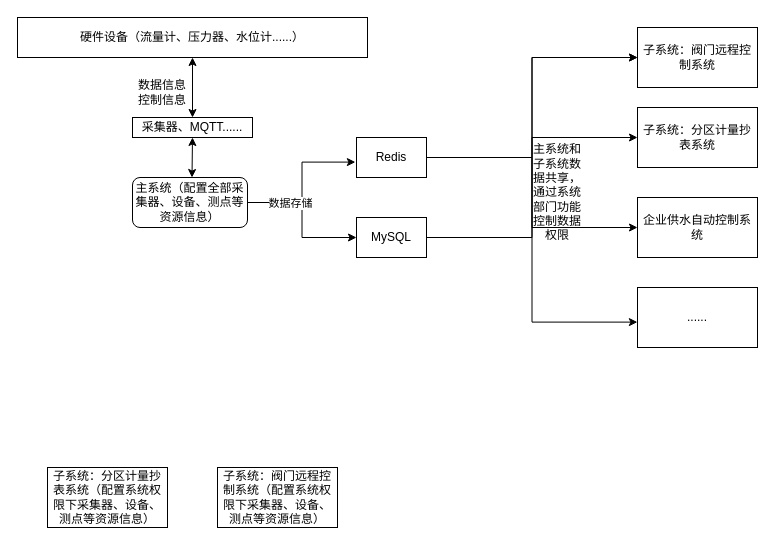
Earlier version of the draw.io diagram 未命名绘图.drawio (zhang3012/Hello-World). Source tidied: cells renumbered, new cells numbered last; positions are measured from the earlier drawing's top-left corner, leaving out a move shared by most shapes. Both pictures are drawn from the tidied source at 100%, with x=0, y=0 at pixel (17, 17).
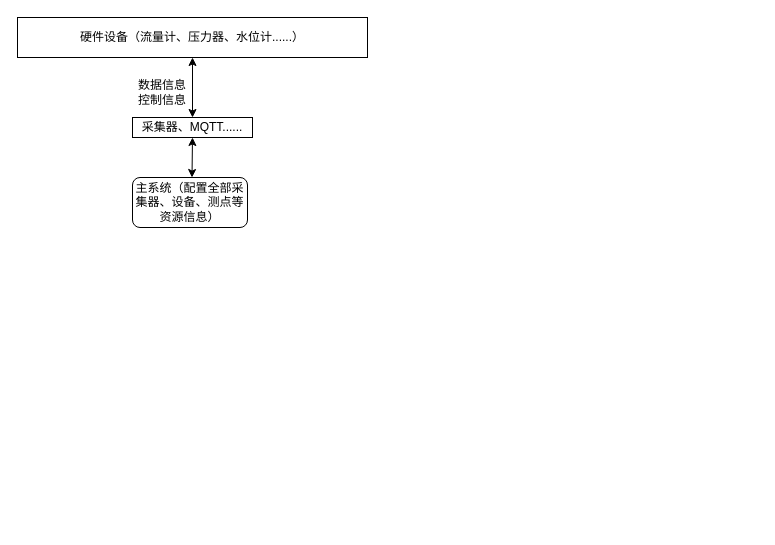
Above is the later version.

Commit message:
更新未命名绘图.drawio

The change refers to these unchanged cells:
```xml
<mxCell id="5" value="主系统（配置全部采集器、设备、测点等资源信息）" style="rounded=1;whiteSpace=wrap;html=1;fontSize=12;glass=0;strokeWidth=1;shadow=0;" parent="1" vertex="1">
  <mxGeometry x="115" y="160" width="115" height="50" as="geometry" />
</mxCell>
```

Diff of the diagram source:
```diff
@@
-    <mxCell id="2" style="edgeStyle=orthogonalEdgeStyle;rounded=0;jettySize=auto;html=1;entryX=-0.016;entryY=0.615;entryDx=0;entryDy=0;entryPerimeter=0;" parent="1" edge="1" source="5" target="18">
-      <mxGeometry relative="1" as="geometry" />
-    </mxCell>
-    <mxCell id="3" style="edgeStyle=orthogonalEdgeStyle;rounded=0;jettySize=auto;html=1;entryX=0;entryY=0.5;entryDx=0;entryDy=0;" parent="1" edge="1" source="5" target="20">
-      <mxGeometry relative="1" as="geometry" />
-    </mxCell>
-    <mxCell id="4" value="数据存储" style="edgeLabel;html=1;align=center;verticalAlign=middle;" parent="3" vertex="1">
-      <mxGeometry x="-0.42" relative="1" as="geometry" />
-    </mxCell>
@@
-    <mxCell id="6" value="子系统：阀门远程控制系统" style="rounded=0;whiteSpace=wrap;html=1;" parent="1" vertex="1">
-      <mxGeometry x="620" y="10" width="120" height="60" as="geometry" />
-    </mxCell>
-    <mxCell id="7" value="子系统：分区计量抄表系统" style="rounded=0;whiteSpace=wrap;html=1;" parent="1" vertex="1">
-      <mxGeometry x="620" y="90" width="120" height="60" as="geometry" />
-    </mxCell>
-    <mxCell id="8" value="企业供水自动控制系统" style="whiteSpace=wrap;html=1;rounded=0;" parent="1" vertex="1">
-      <mxGeometry x="620" y="180" width="120" height="60" as="geometry" />
-    </mxCell>
-    <mxCell id="9" value="......" style="whiteSpace=wrap;html=1;rounded=0;" parent="1" vertex="1">
-      <mxGeometry x="620" y="270" width="120" height="60" as="geometry" />
-    </mxCell>
@@
-    <mxCell id="14" style="edgeStyle=orthogonalEdgeStyle;rounded=0;jettySize=auto;html=1;entryX=0;entryY=0.5;entryDx=0;entryDy=0;" parent="1" edge="1" source="18" target="6">
-      <mxGeometry relative="1" as="geometry" />
+    <mxCell id="14" style="edgeStyle=orthogonalEdgeStyle;rounded=0;orthogonalLoop=1;jettySize=auto;html=1;entryX=0;entryY=0.5;entryDx=0;entryDy=0;" parent="1" edge="1">
+      <mxGeometry relative="1" as="geometry">
+        <mxPoint x="620" y="40" as="targetPoint" />
+      </mxGeometry>
     </mxCell>
-    <mxCell id="15" style="edgeStyle=orthogonalEdgeStyle;rounded=0;jettySize=auto;html=1;exitX=1;exitY=0.5;exitDx=0;exitDy=0;entryX=0;entryY=0.5;entryDx=0;entryDy=0;" parent="1" edge="1" source="18" target="7">
-      <mxGeometry relative="1" as="geometry" />
+    <mxCell id="15" style="edgeStyle=orthogonalEdgeStyle;rounded=0;orthogonalLoop=1;jettySize=auto;html=1;exitX=1;exitY=0.5;exitDx=0;exitDy=0;entryX=0;entryY=0.5;entryDx=0;entryDy=0;" parent="1" edge="1">
+      <mxGeometry relative="1" as="geometry">
+        <mxPoint x="620" y="120" as="targetPoint" />
+      </mxGeometry>
     </mxCell>
-    <mxCell id="16" style="edgeStyle=orthogonalEdgeStyle;rounded=0;jettySize=auto;html=1;exitX=1;exitY=0.5;exitDx=0;exitDy=0;entryX=0;entryY=0.5;entryDx=0;entryDy=0;" parent="1" edge="1" source="18" target="8">
-      <mxGeometry relative="1" as="geometry" />
+    <mxCell id="16" style="edgeStyle=orthogonalEdgeStyle;rounded=0;orthogonalLoop=1;jettySize=auto;html=1;exitX=1;exitY=0.5;exitDx=0;exitDy=0;entryX=0;entryY=0.5;entryDx=0;entryDy=0;" parent="1" edge="1">
+      <mxGeometry relative="1" as="geometry">
+        <mxPoint x="620" y="210" as="targetPoint" />
+      </mxGeometry>
     </mxCell>
-    <mxCell id="17" style="edgeStyle=orthogonalEdgeStyle;rounded=0;jettySize=auto;html=1;exitX=1;exitY=0.5;exitDx=0;exitDy=0;entryX=-0.001;entryY=0.577;entryDx=0;entryDy=0;entryPerimeter=0;" parent="1" edge="1" source="18" target="9">
-      <mxGeometry relative="1" as="geometry" />
-    </mxCell>
-    <mxCell id="18" value="Redis" style="rounded=0;whiteSpace=wrap;html=1;" parent="1" vertex="1">
-      <mxGeometry x="339" y="120" width="70" height="40" as="geometry" />
-    </mxCell>
-    <mxCell id="19" style="edgeStyle=orthogonalEdgeStyle;rounded=0;jettySize=auto;html=1;exitX=1;exitY=0.5;exitDx=0;exitDy=0;entryX=0;entryY=0.5;entryDx=0;entryDy=0;" parent="1" edge="1" source="20" target="6">
-      <mxGeometry relative="1" as="geometry" />
-    </mxCell>
-    <mxCell id="20" value="MySQL" style="rounded=0;whiteSpace=wrap;html=1;" parent="1" vertex="1">
-      <mxGeometry x="339" y="200" width="70" height="40" as="geometry" />
-    </mxCell>
-    <mxCell id="21" value="主系统和子系统数据共享，通过系统部门功能控制数据权限" style="text;html=1;strokeColor=none;fillColor=none;align=center;verticalAlign=middle;whiteSpace=wrap;rounded=0;" parent="1" vertex="1">
-      <mxGeometry x="510" y="160" width="60" height="30" as="geometry" />
-    </mxCell>
-    <mxCell id="22" value="子系统：阀门远程控制系统（配置系统权限下采集器、设备、测点等资源信息）" style="rounded=0;whiteSpace=wrap;html=1;" parent="1" vertex="1">
-      <mxGeometry x="200" y="450" width="120" height="60" as="geometry" />
-    </mxCell>
-    <mxCell id="23" value="子系统：分区计量抄表系统（配置系统权限下采集器、设备、测点等资源信息）" style="rounded=0;whiteSpace=wrap;html=1;" parent="1" vertex="1">
-      <mxGeometry x="30" y="450" width="120" height="60" as="geometry" />
-    </mxCell>
```
